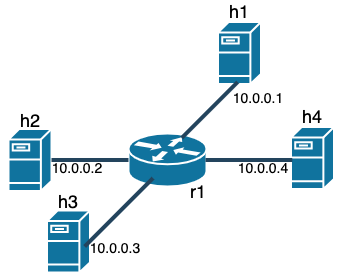
Before: assets/img/assignments/assignment2/P1_topology.png, a diagram exported from draw.io (utcs356/sp25). Source tidied: cells renumbered, new cells last; positions are measured from the earlier drawing's top-left corner, leaving out a move shared by most shapes. Its diagram source:
```xml
<mxGraphModel>
  <root>
    <mxCell id="0" />
    <mxCell id="1" parent="0" />
    <mxCell id="2" style="shape=mxgraph.cisco.routers.router;html=1;dashed=0;fillColor=#10739E;strokeColor=#ffffff;strokeWidth=2;verticalLabelPosition=bottom;verticalAlign=top;fontFamily=Helvetica;fontSize=36;fontColor=#FFB366;" parent="1" vertex="1">
      <mxGeometry x="128" y="127" width="78" height="53" as="geometry" />
    </mxCell>
    <mxCell id="3" style="shape=mxgraph.cisco.servers.fileserver;html=1;dashed=0;fillColor=#10739E;strokeColor=#ffffff;strokeWidth=2;verticalLabelPosition=bottom;verticalAlign=top;fontFamily=Helvetica;fontSize=36;fontColor=#FFB366;" parent="1" vertex="1">
      <mxGeometry x="217.5" y="15.5" width="43" height="62" as="geometry" />
    </mxCell>
    <mxCell id="4" style="shape=mxgraph.cisco.servers.fileserver;html=1;dashed=0;fillColor=#10739E;strokeColor=#ffffff;strokeWidth=2;verticalLabelPosition=bottom;verticalAlign=top;fontFamily=Helvetica;fontSize=36;fontColor=#FFB366;" parent="1" vertex="1">
      <mxGeometry x="8" y="122.5" width="43" height="62" as="geometry" />
    </mxCell>
    <mxCell id="5" style="shape=mxgraph.cisco.servers.fileserver;html=1;dashed=0;fillColor=#10739E;strokeColor=#ffffff;strokeWidth=2;verticalLabelPosition=bottom;verticalAlign=top;fontFamily=Helvetica;fontSize=36;fontColor=#FFB366;" parent="1" vertex="1">
      <mxGeometry x="46.5" y="204" width="43" height="62" as="geometry" />
    </mxCell>
    <mxCell id="6" style="shape=mxgraph.cisco.servers.fileserver;html=1;dashed=0;fillColor=#10739E;strokeColor=#ffffff;strokeWidth=2;verticalLabelPosition=bottom;verticalAlign=top;fontFamily=Helvetica;fontSize=36;fontColor=#FFB366;" parent="1" vertex="1">
      <mxGeometry x="290.5" y="120.5" width="43" height="62" as="geometry" />
    </mxCell>
    <mxCell id="7" style="line;html=1;strokeColor=#23445D;rotation=-45;" parent="1" vertex="1">
      <mxGeometry x="70" y="202.1" width="96.6" height="7.4" as="geometry" />
    </mxCell>
    <mxCell id="8" style="line;html=1;strokeColor=#23445D;rotation=0;" parent="1" vertex="1">
      <mxGeometry x="51" y="148.5" width="77" height="10" as="geometry" />
    </mxCell>
    <mxCell id="9" style="line;html=1;strokeColor=#23445D;rotation=-180;" parent="1" vertex="1">
      <mxGeometry x="205" y="148.5" width="86.8" height="10" as="geometry" />
    </mxCell>
    <mxCell id="10" value="&lt;font style=&quot;font-size: 18px;&quot;&gt;h1&lt;/font&gt;" style="text;html=1;strokeColor=none;fillColor=none;align=center;verticalAlign=middle;whiteSpace=wrap;rounded=0;" parent="1" vertex="1">
      <mxGeometry x="209" width="60" height="10" as="geometry" />
    </mxCell>
    <mxCell id="11" value="&lt;font style=&quot;font-size: 18px;&quot;&gt;h2&lt;/font&gt;" style="text;html=1;strokeColor=none;fillColor=none;align=center;verticalAlign=middle;whiteSpace=wrap;rounded=0;" parent="1" vertex="1">
      <mxGeometry x="-0.5" y="109" width="60" height="10" as="geometry" />
    </mxCell>
    <mxCell id="12" value="&lt;font style=&quot;font-size: 18px;&quot;&gt;h3&lt;/font&gt;" style="text;html=1;strokeColor=none;fillColor=none;align=center;verticalAlign=middle;whiteSpace=wrap;rounded=0;" parent="1" vertex="1">
      <mxGeometry x="38" y="190" width="60" height="10" as="geometry" />
    </mxCell>
    <mxCell id="13" value="&lt;font style=&quot;font-size: 18px;&quot;&gt;h4&lt;/font&gt;" style="text;html=1;strokeColor=none;fillColor=none;align=center;verticalAlign=middle;whiteSpace=wrap;rounded=0;" parent="1" vertex="1">
      <mxGeometry x="282" y="105" width="60" height="10" as="geometry" />
    </mxCell>
    <mxCell id="14" value="&lt;font style=&quot;font-size: 18px;&quot;&gt;r1&lt;/font&gt;" style="text;html=1;strokeColor=none;fillColor=none;align=center;verticalAlign=middle;whiteSpace=wrap;rounded=0;" parent="1" vertex="1">
      <mxGeometry x="168" y="180" width="60" height="10" as="geometry" />
    </mxCell>
    <mxCell id="15" value="&lt;font style=&quot;font-size: 14px;&quot;&gt;10.0.0.1&lt;/font&gt;" style="text;html=1;strokeColor=none;fillColor=none;align=center;verticalAlign=middle;whiteSpace=wrap;rounded=0;" parent="1" vertex="1">
      <mxGeometry x="228" y="87" width="60" height="10" as="geometry" />
    </mxCell>
    <mxCell id="16" value="&lt;font style=&quot;font-size: 14px;&quot;&gt;10.0.0.2&lt;/font&gt;" style="text;html=1;strokeColor=none;fillColor=none;align=center;verticalAlign=middle;whiteSpace=wrap;rounded=0;" parent="1" vertex="1">
      <mxGeometry x="47" y="157" width="60" height="10" as="geometry" />
    </mxCell>
    <mxCell id="17" value="&lt;font style=&quot;font-size: 14px;&quot;&gt;10.0.0.3&lt;/font&gt;" style="text;html=1;strokeColor=none;fillColor=none;align=center;verticalAlign=middle;whiteSpace=wrap;rounded=0;" parent="1" vertex="1">
      <mxGeometry x="85" y="237.2" width="60" height="10" as="geometry" />
    </mxCell>
    <mxCell id="18" value="&lt;font style=&quot;font-size: 14px;&quot;&gt;10.0.0.4&lt;/font&gt;" style="text;html=1;strokeColor=none;fillColor=none;align=center;verticalAlign=middle;whiteSpace=wrap;rounded=0;" parent="1" vertex="1">
      <mxGeometry x="233" y="156.5" width="60" height="10" as="geometry" />
    </mxCell>
    <mxCell id="19" style="line;html=1;strokeColor=#23445D;rotation=-45;" parent="1" vertex="1">
      <mxGeometry x="169.7" y="100.1" width="79" height="6.7" as="geometry" />
    </mxCell>
  </root>
</mxGraphModel>
```
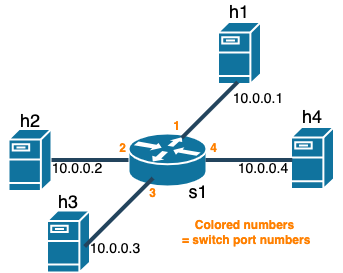
Later version of the same file.

Commit message:
[A2] Adjust figures

Diff of the diagram source:
```diff
@@ -38,7 +38,7 @@
     <mxCell id="13" value="&lt;font style=&quot;font-size: 18px;&quot;&gt;h4&lt;/font&gt;" style="text;html=1;strokeColor=none;fillColor=none;align=center;verticalAlign=middle;whiteSpace=wrap;rounded=0;" parent="1" vertex="1">
       <mxGeometry x="282" y="105" width="60" height="10" as="geometry" />
     </mxCell>
-    <mxCell id="14" value="&lt;font style=&quot;font-size: 18px;&quot;&gt;r1&lt;/font&gt;" style="text;html=1;strokeColor=none;fillColor=none;align=center;verticalAlign=middle;whiteSpace=wrap;rounded=0;" parent="1" vertex="1">
+    <mxCell id="14" value="&lt;font style=&quot;font-size: 18px;&quot;&gt;s1&lt;/font&gt;" style="text;html=1;strokeColor=none;fillColor=none;align=center;verticalAlign=middle;whiteSpace=wrap;rounded=0;" parent="1" vertex="1">
       <mxGeometry x="168" y="180" width="60" height="10" as="geometry" />
     </mxCell>
     <mxCell id="15" value="&lt;font style=&quot;font-size: 14px;&quot;&gt;10.0.0.1&lt;/font&gt;" style="text;html=1;strokeColor=none;fillColor=none;align=center;verticalAlign=middle;whiteSpace=wrap;rounded=0;" parent="1" vertex="1">
@@ -56,5 +56,20 @@
     <mxCell id="19" style="line;html=1;strokeColor=#23445D;rotation=-45;" parent="1" vertex="1">
       <mxGeometry x="169.7" y="100.1" width="79" height="6.7" as="geometry" />
     </mxCell>
+    <mxCell id="20" value="&lt;b&gt;&lt;font color=&quot;#ff8000&quot;&gt;1&lt;/font&gt;&lt;/b&gt;" style="text;html=1;align=center;verticalAlign=middle;strokeColor=none;fillColor=none;" parent="1" vertex="1">
+      <mxGeometry x="161" y="105" width="30" height="30" as="geometry" />
+    </mxCell>
+    <mxCell id="21" value="&lt;b&gt;&lt;font color=&quot;#ff8000&quot;&gt;2&lt;/font&gt;&lt;/b&gt;" style="text;html=1;align=center;verticalAlign=middle;strokeColor=none;fillColor=none;" parent="1" vertex="1">
+      <mxGeometry x="107" y="127" width="30" height="30" as="geometry" />
+    </mxCell>
+    <mxCell id="22" value="&lt;b&gt;&lt;font color=&quot;#ff8000&quot;&gt;3&lt;/font&gt;&lt;/b&gt;" style="text;html=1;align=center;verticalAlign=middle;strokeColor=none;fillColor=none;" parent="1" vertex="1">
+      <mxGeometry x="137" y="172.1" width="30" height="30" as="geometry" />
+    </mxCell>
+    <mxCell id="23" value="&lt;b&gt;&lt;font color=&quot;#ff8000&quot;&gt;4&lt;/font&gt;&lt;/b&gt;" style="text;html=1;align=center;verticalAlign=middle;strokeColor=none;fillColor=none;" parent="1" vertex="1">
+      <mxGeometry x="198" y="126.5" width="30" height="30" as="geometry" />
+    </mxCell>
+    <mxCell id="24" value="&lt;font color=&quot;#ff8000&quot;&gt;&lt;b&gt;&lt;br&gt;Colored numbers&lt;br&gt;&amp;nbsp;= switch port numbers&lt;/b&gt;&lt;/font&gt;" style="text;html=1;align=center;verticalAlign=middle;strokeColor=none;fillColor=none;" parent="1" vertex="1">
+      <mxGeometry x="164" y="189.2" width="160" height="60" as="geometry" />
+    </mxCell>
   </root>
 </mxGraphModel>
```
